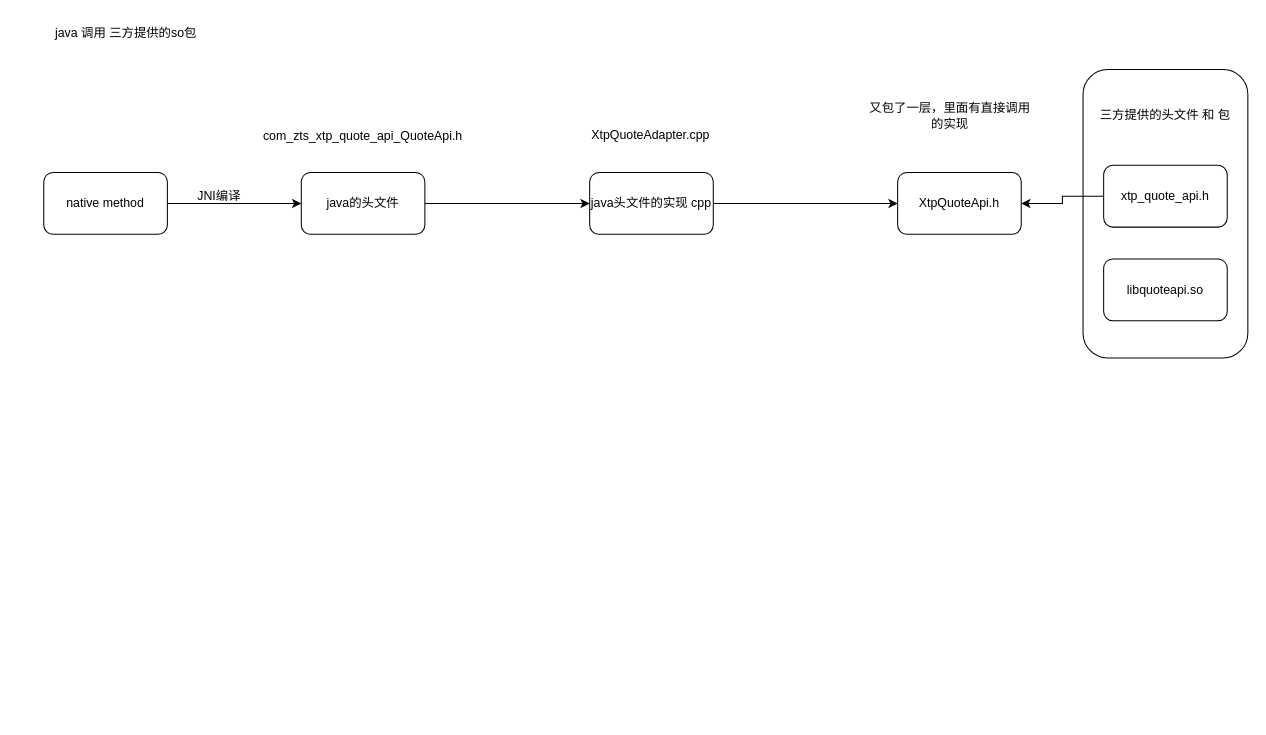
The draw.io diagram JNI调用流程图.drawio in 89780012/drawio, before the edit. Source tidied: cells renumbered, new cells numbered last; positions are measured from the earlier drawing's top-left corner, leaving out a move shared by most shapes. Both pictures are drawn from the tidied source at 103%, with x=0, y=0 at pixel (43, 18).
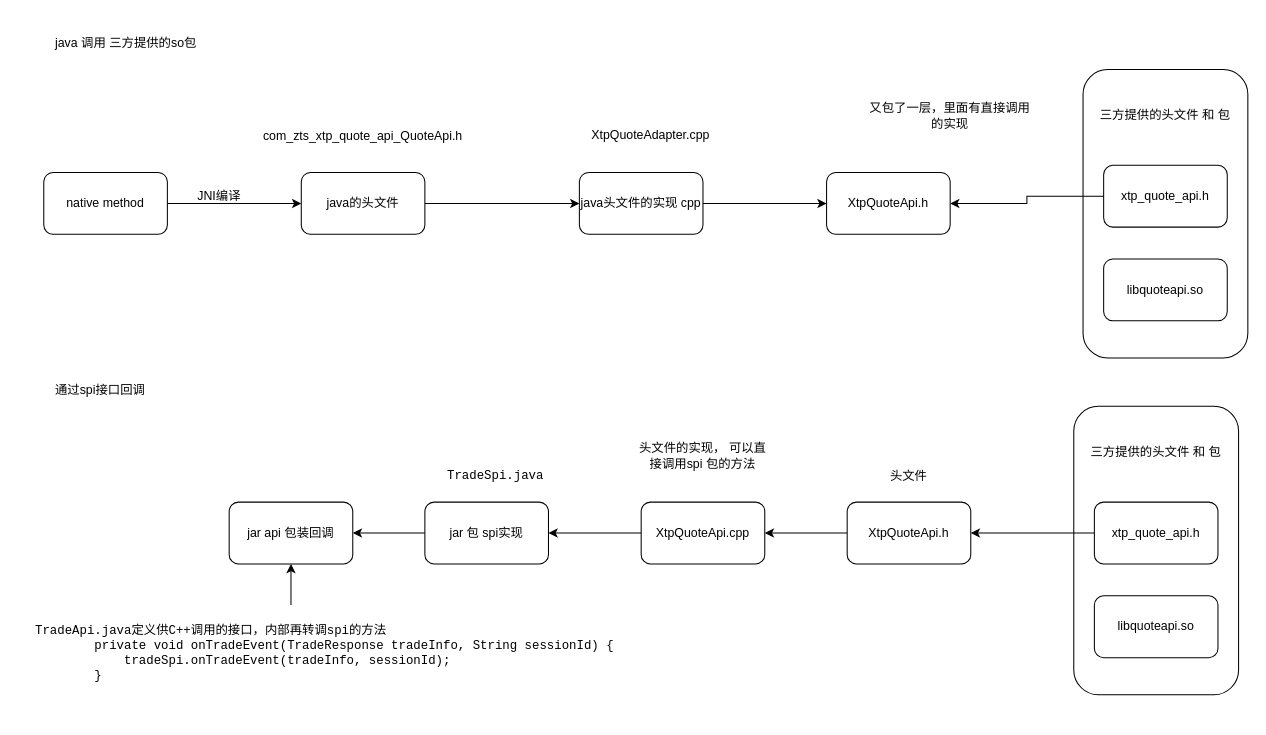
After the change.

Commit message:
更新JNI调用流程图.drawio

The edit, as a diff of the source:
```diff
@@
     <mxCell id="10" value="java头文件的实现 cpp" style="whiteSpace=wrap;html=1;rounded=1;" parent="1" vertex="1">
-      <mxGeometry x="530" y="150" width="120" height="60" as="geometry" />
+      <mxGeometry x="520" y="150" width="120" height="60" as="geometry" />
     </mxCell>
@@
     <mxCell id="12" value="java 调用 三方提供的so包" style="text;html=1;align=center;verticalAlign=middle;whiteSpace=wrap;rounded=0;" parent="1" vertex="1">
-      <mxGeometry width="160" height="30" as="geometry" />
+      <mxGeometry y="10" width="160" height="30" as="geometry" />
     </mxCell>
@@
     <mxCell id="17" value="XtpQuoteApi.h" style="whiteSpace=wrap;html=1;rounded=1;" parent="1" vertex="1">
-      <mxGeometry x="829" y="150" width="120" height="60" as="geometry" />
+      <mxGeometry x="760" y="150" width="120" height="60" as="geometry" />
     </mxCell>
@@
+    <mxCell id="19" value="通过spi接口回调" style="text;html=1;align=center;verticalAlign=middle;whiteSpace=wrap;rounded=0;" parent="1" vertex="1">
+      <mxGeometry x="-25" y="347" width="160" height="30" as="geometry" />
+    </mxCell>
+    <mxCell id="20" style="rounded=1;whiteSpace=wrap;html=1;" parent="1" vertex="1">
+      <mxGeometry x="1000" y="377" width="160" height="280" as="geometry" />
+    </mxCell>
+    <mxCell id="21" style="edgeStyle=orthogonalEdgeStyle;rounded=0;jettySize=auto;html=1;" parent="1" edge="1" source="22" target="26">
+      <mxGeometry relative="1" as="geometry" />
+    </mxCell>
+    <mxCell id="22" value="xtp_quote_api.h" style="rounded=1;whiteSpace=wrap;html=1;" parent="1" vertex="1">
+      <mxGeometry x="1020" y="470" width="120" height="60" as="geometry" />
+    </mxCell>
+    <mxCell id="23" value="三方提供的头文件 和 包" style="text;html=1;align=center;verticalAlign=middle;whiteSpace=wrap;rounded=0;" parent="1" vertex="1">
+      <mxGeometry x="1000" y="407" width="160" height="30" as="geometry" />
+    </mxCell>
+    <mxCell id="24" value="libquoteapi.so" style="rounded=1;whiteSpace=wrap;html=1;" parent="1" vertex="1">
+      <mxGeometry x="1020" y="561" width="120" height="60" as="geometry" />
+    </mxCell>
+    <mxCell id="25" style="edgeStyle=orthogonalEdgeStyle;rounded=0;jettySize=auto;html=1;" parent="1" edge="1" source="26" target="29">
+      <mxGeometry relative="1" as="geometry" />
+    </mxCell>
+    <mxCell id="26" value="XtpQuoteApi.h" style="whiteSpace=wrap;html=1;rounded=1;" parent="1" vertex="1">
+      <mxGeometry x="780" y="470" width="120" height="60" as="geometry" />
+    </mxCell>
+    <mxCell id="27" value="头文件" style="text;html=1;align=center;verticalAlign=middle;whiteSpace=wrap;rounded=0;" parent="1" vertex="1">
+      <mxGeometry x="810" y="430" width="60" height="30" as="geometry" />
+    </mxCell>
+    <mxCell id="28" style="edgeStyle=orthogonalEdgeStyle;rounded=0;jettySize=auto;html=1;" parent="1" edge="1" source="29" target="32">
+      <mxGeometry relative="1" as="geometry" />
+    </mxCell>
+    <mxCell id="29" value="XtpQuoteApi.cpp" style="whiteSpace=wrap;html=1;rounded=1;" parent="1" vertex="1">
+      <mxGeometry x="580" y="470" width="120" height="60" as="geometry" />
+    </mxCell>
+    <mxCell id="30" value="头文件的实现， 可以直接调用spi 包的方法" style="text;html=1;align=center;verticalAlign=middle;whiteSpace=wrap;rounded=0;" parent="1" vertex="1">
+      <mxGeometry x="575" y="410" width="130" height="30" as="geometry" />
+    </mxCell>
+    <mxCell id="31" style="edgeStyle=orthogonalEdgeStyle;rounded=0;jettySize=auto;html=1;" parent="1" edge="1" source="32" target="33">
+      <mxGeometry relative="1" as="geometry" />
+    </mxCell>
+    <mxCell id="32" value="jar 包 spi实现" style="whiteSpace=wrap;html=1;rounded=1;" parent="1" vertex="1">
+      <mxGeometry x="370" y="470" width="120" height="60" as="geometry" />
+    </mxCell>
+    <mxCell id="33" value="jar api 包装回调" style="whiteSpace=wrap;html=1;rounded=1;" parent="1" vertex="1">
+      <mxGeometry x="180" y="470" width="120" height="60" as="geometry" />
+    </mxCell>
+    <mxCell id="34" value="&lt;code&gt;TradeSpi.java&lt;/code&gt;" style="text;whiteSpace=wrap;html=1;" parent="1" vertex="1">
+      <mxGeometry x="390" y="430" width="110" height="40" as="geometry" />
+    </mxCell>
+    <mxCell id="35" style="edgeStyle=orthogonalEdgeStyle;rounded=0;jettySize=auto;html=1;entryX=0.5;entryY=1;entryDx=0;entryDy=0;" parent="1" edge="1" source="36" target="33">
+      <mxGeometry relative="1" as="geometry" />
+    </mxCell>
+    <mxCell id="36" value="&lt;pre class=&quot;code highlight&quot; lang=&quot;plaintext&quot;&gt;&lt;span&gt;TradeApi.java定义供C++调用的接口，内部再转调spi的方法&lt;/span&gt;&#10;&lt;span&gt;        private void onTradeEvent(TradeResponse tradeInfo, String sessionId) {&lt;/span&gt;&#10;&lt;span&gt;            tradeSpi.onTradeEvent(tradeInfo, sessionId);&lt;/span&gt;&#10;&lt;span&gt;        }&lt;/span&gt;&#10;&lt;/pre&gt;" style="text;whiteSpace=wrap;html=1;" parent="1" vertex="1">
+      <mxGeometry x="-10" y="570" width="500" height="110" as="geometry" />
+    </mxCell>
```
